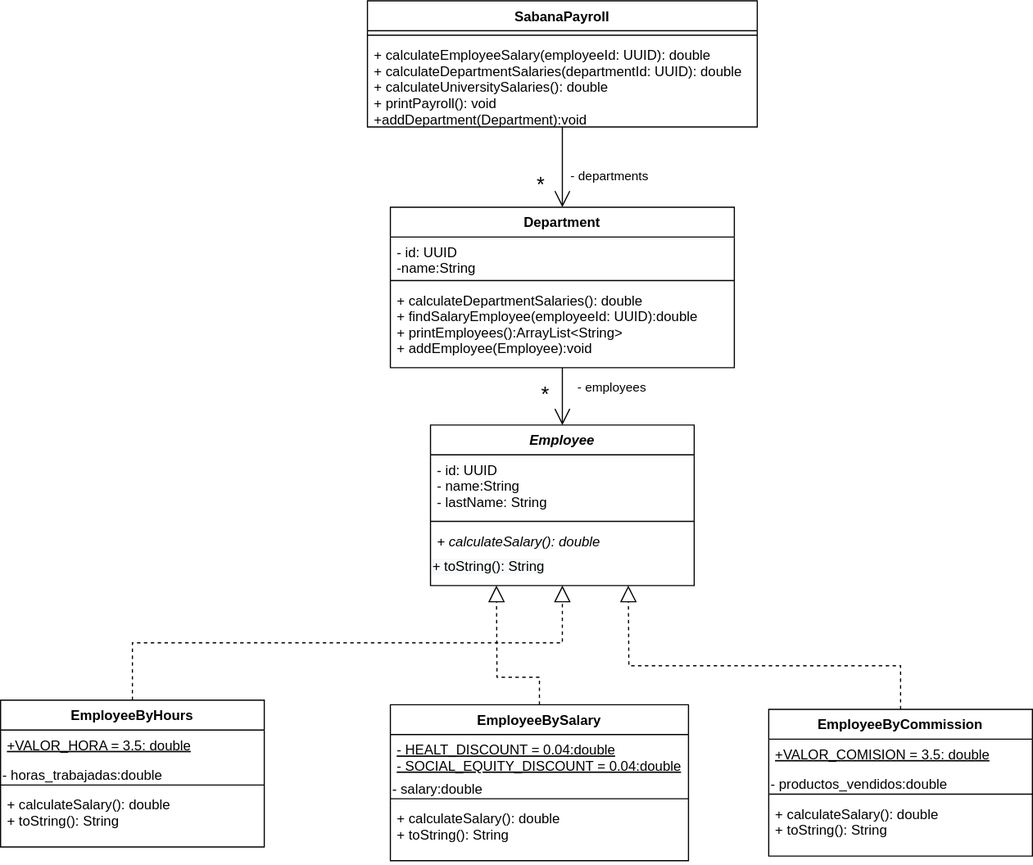
The draw.io diagram img/UMLP2.svg in Dap20040812/PRADO-VALDERRAMA-CHACHATI-SABANA-POOB-2021-1-LAB-ABSTRACT-CLASS, before a commit. Source tidied: cells renumbered, new cells last; positions are measured from the earlier drawing's top-left corner, leaving out a move shared by most shapes.
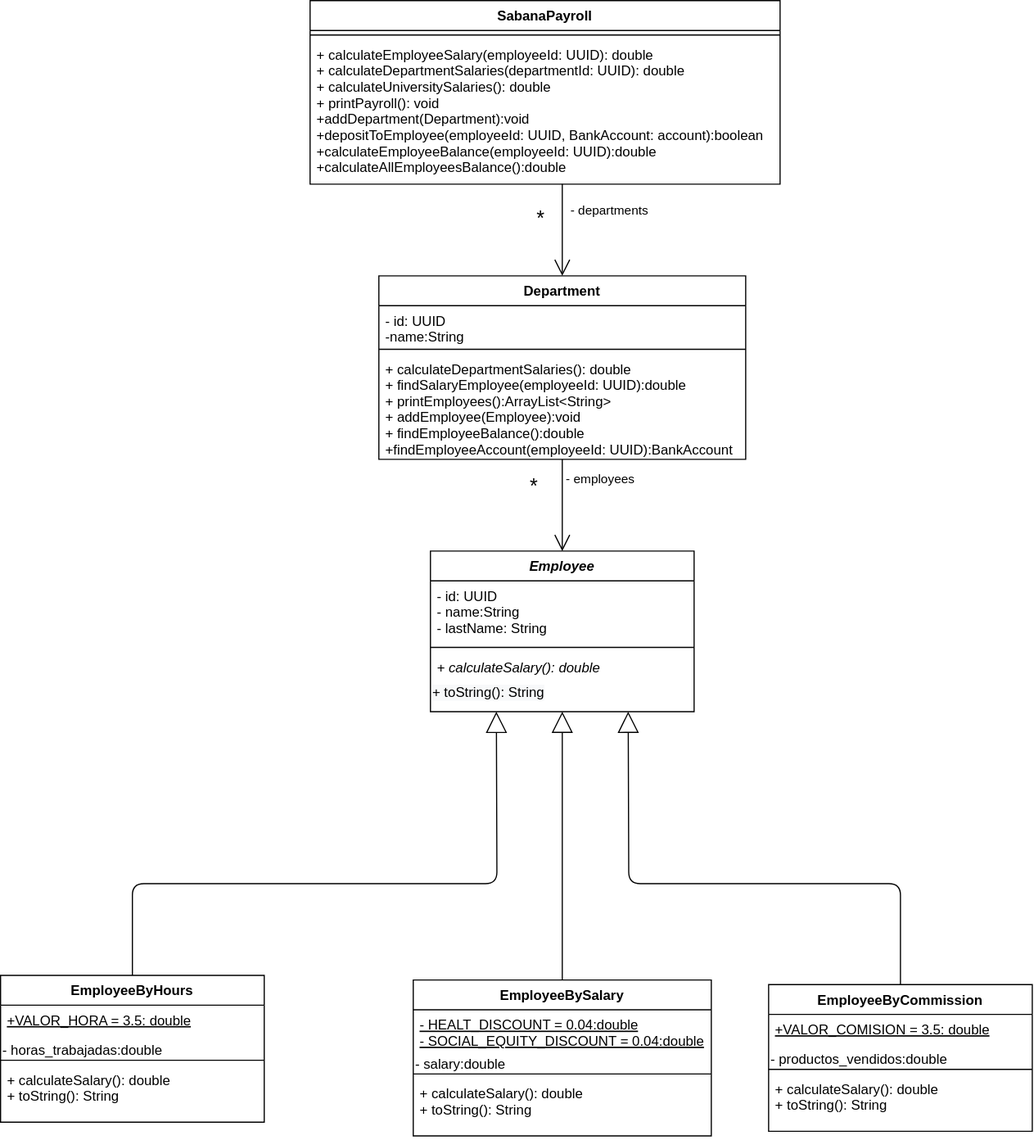
The same diagram one commit later.

Commit message:
COreccion UML parte 2 y 4

Diff of the diagram source:
```diff
@@ -3,41 +3,46 @@
     <mxCell id="0" />
     <mxCell id="1" parent="0" />
     <mxCell id="2" style="edgeStyle=orthogonalEdgeStyle;rounded=0;jettySize=auto;html=1;entryX=0.5;entryY=0;entryDx=0;entryDy=0;endArrow=open;endFill=0;endSize=12;" parent="1" edge="1" source="5" target="9">
-      <mxGeometry relative="1" as="geometry" />
+      <mxGeometry relative="1" as="geometry">
+        <Array as="points">
+          <mxPoint x="490" y="100" />
+          <mxPoint x="490" y="100" />
+        </Array>
+      </mxGeometry>
     </mxCell>
     <mxCell id="3" value="*" style="edgeLabel;html=1;align=center;verticalAlign=middle;fontSize=18;" parent="2" vertex="1">
       <mxGeometry x="-0.24" y="1" relative="1" as="geometry">
-        <mxPoint x="-21" y="23" as="offset" />
+        <mxPoint x="-21" y="-1" as="offset" />
       </mxGeometry>
     </mxCell>
     <mxCell id="4" value="&lt;font style=&quot;font-size: 11px&quot;&gt;- departments&lt;/font&gt;" style="edgeLabel;html=1;align=center;verticalAlign=middle;fontSize=18;" parent="2" vertex="1">
       <mxGeometry x="-0.37" y="1" relative="1" as="geometry">
-        <mxPoint x="39" y="18" as="offset" />
+        <mxPoint x="39" y="-5" as="offset" />
       </mxGeometry>
     </mxCell>
     <mxCell id="5" value="SabanaPayroll" style="swimlane;fontStyle=1;align=center;verticalAlign=top;horizontal=1;startSize=26;" parent="1" vertex="1">
-      <mxGeometry x="320" width="340" height="110" as="geometry" />
+      <mxGeometry x="270" y="-110" width="410" height="160" as="geometry" />
     </mxCell>
     <mxCell id="6" style="line;strokeWidth=1;fillColor=none;align=left;verticalAlign=middle;spacingTop=-1;spacingLeft=3;spacingRight=3;labelPosition=right;" parent="5" vertex="1">
-      <mxGeometry y="26" width="340" height="8" as="geometry" />
+      <mxGeometry y="26" width="410" height="8" as="geometry" />
     </mxCell>
-    <mxCell id="7" value="+ calculateEmployeeSalary(employeeId: UUID): double&#10;+ calculateDepartmentSalaries(departmentId: UUID): double&#10;+ calculateUniversitySalaries(): double&#10;+ printPayroll(): void&#10;+addDepartment(Department):void" style="text;strokeColor=none;fillColor=none;align=left;verticalAlign=top;spacingLeft=4;spacingRight=4;overflow=hidden;" parent="5" vertex="1">
-      <mxGeometry y="34" width="340" height="76" as="geometry" />
+    <mxCell id="7" value="+ calculateEmployeeSalary(employeeId: UUID): double&#10;+ calculateDepartmentSalaries(departmentId: UUID): double&#10;+ calculateUniversitySalaries(): double&#10;+ printPayroll(): void&#10;+addDepartment(Department):void&#10;+depositToEmployee(employeeId: UUID, BankAccount: account):boolean&#10;+calculateEmployeeBalance(employeeId: UUID):double&#10;+calculateAllEmployeesBalance():double" style="text;strokeColor=none;fillColor=none;align=left;verticalAlign=top;spacingLeft=4;spacingRight=4;overflow=hidden;" parent="5" vertex="1">
+      <mxGeometry y="34" width="410" height="126" as="geometry" />
     </mxCell>
     <mxCell id="8" style="edgeStyle=orthogonalEdgeStyle;rounded=0;jettySize=auto;html=1;entryX=0.5;entryY=0;entryDx=0;entryDy=0;endArrow=open;endFill=0;endSize=12;" parent="1" edge="1" source="9" target="13">
       <mxGeometry relative="1" as="geometry" />
     </mxCell>
     <mxCell id="9" value="Department" style="swimlane;fontStyle=1;align=center;verticalAlign=top;horizontal=1;startSize=26;" parent="1" vertex="1">
-      <mxGeometry x="340" y="180" width="300" height="140" as="geometry" />
+      <mxGeometry x="330" y="130" width="320" height="160" as="geometry" />
     </mxCell>
     <mxCell id="10" value="- id: UUID&#10;-name:String" style="text;strokeColor=none;fillColor=none;align=left;verticalAlign=top;spacingLeft=4;spacingRight=4;overflow=hidden;" parent="9" vertex="1">
-      <mxGeometry y="26" width="300" height="34" as="geometry" />
+      <mxGeometry y="26" width="320" height="34" as="geometry" />
     </mxCell>
     <mxCell id="11" style="line;strokeWidth=1;fillColor=none;align=left;verticalAlign=middle;spacingTop=-1;spacingLeft=3;spacingRight=3;labelPosition=right;" parent="9" vertex="1">
-      <mxGeometry y="60" width="300" height="8" as="geometry" />
+      <mxGeometry y="60" width="320" height="8" as="geometry" />
     </mxCell>
-    <mxCell id="12" value="+ calculateDepartmentSalaries(): double&#10;+ findSalaryEmployee(employeeId: UUID):double&#10;+ printEmployees():ArrayList&lt;String&gt;&#10;+ addEmployee(Employee):void" style="text;strokeColor=none;fillColor=none;align=left;verticalAlign=top;spacingLeft=4;spacingRight=4;overflow=hidden;" parent="9" vertex="1">
-      <mxGeometry y="68" width="300" height="72" as="geometry" />
+    <mxCell id="12" value="+ calculateDepartmentSalaries(): double&#10;+ findSalaryEmployee(employeeId: UUID):double&#10;+ printEmployees():ArrayList&lt;String&gt;&#10;+ addEmployee(Employee):void&#10;+ findEmployeeBalance():double&#10;+findEmployeeAccount(employeeId: UUID):BankAccount&#10;" style="text;strokeColor=none;fillColor=none;align=left;verticalAlign=top;spacingLeft=4;spacingRight=4;overflow=hidden;" parent="9" vertex="1">
+      <mxGeometry y="68" width="320" height="92" as="geometry" />
     </mxCell>
     <mxCell id="13" value="Employee" style="swimlane;fontStyle=3;align=center;verticalAlign=top;horizontal=1;startSize=26;" parent="1" vertex="1">
       <mxGeometry x="375" y="370" width="230" height="140" as="geometry" />
@@ -55,17 +60,17 @@
       <mxGeometry y="110" width="230" height="30" as="geometry" />
     </mxCell>
     <mxCell id="18" value="&lt;font style=&quot;font-size: 11px&quot;&gt;- employees&lt;/font&gt;" style="edgeLabel;html=1;align=center;verticalAlign=middle;fontSize=18;" parent="1" vertex="1">
-      <mxGeometry x="540" y="200" as="geometry">
+      <mxGeometry x="530" y="170" as="geometry">
         <mxPoint x="-8" y="134" as="offset" />
       </mxGeometry>
     </mxCell>
     <mxCell id="19" value="*" style="edgeLabel;html=1;align=center;verticalAlign=middle;fontSize=18;" parent="1" vertex="1">
-      <mxGeometry x="490" y="180" as="geometry">
+      <mxGeometry x="480" y="150" as="geometry">
         <mxPoint x="-16" y="163" as="offset" />
       </mxGeometry>
     </mxCell>
     <mxCell id="20" value="EmployeeByHours" style="swimlane;fontStyle=1;align=center;verticalAlign=top;horizontal=1;startSize=26;" parent="1" vertex="1">
-      <mxGeometry y="610" width="230" height="128" as="geometry" />
+      <mxGeometry y="740" width="230" height="128" as="geometry" />
     </mxCell>
     <mxCell id="21" value="+VALOR_HORA = 3.5: double&#10;" style="text;strokeColor=none;fillColor=none;align=left;verticalAlign=top;spacingLeft=4;spacingRight=4;overflow=hidden;fontStyle=4;" parent="20" vertex="1">
       <mxGeometry y="26" width="230" height="26" as="geometry" />
@@ -80,7 +85,7 @@
       <mxGeometry y="78" width="230" height="50" as="geometry" />
     </mxCell>
     <mxCell id="25" value="EmployeeBySalary" style="swimlane;fontStyle=1;align=center;verticalAlign=top;horizontal=1;startSize=26;" parent="1" vertex="1">
-      <mxGeometry x="340" y="614" width="260" height="136" as="geometry" />
+      <mxGeometry x="360" y="744" width="260" height="136" as="geometry" />
     </mxCell>
     <mxCell id="26" value="- HEALT_DISCOUNT = 0.04:double&#10;- SOCIAL_EQUITY_DISCOUNT = 0.04:double" style="text;strokeColor=none;fillColor=none;align=left;verticalAlign=top;spacingLeft=4;spacingRight=4;overflow=hidden;fontStyle=4;" parent="25" vertex="1">
       <mxGeometry y="26" width="260" height="34" as="geometry" />
@@ -95,7 +100,7 @@
       <mxGeometry y="86" width="260" height="50" as="geometry" />
     </mxCell>
     <mxCell id="30" value="EmployeeByCommission" style="swimlane;fontStyle=1;align=center;verticalAlign=top;horizontal=1;startSize=26;" parent="1" vertex="1">
-      <mxGeometry x="670" y="618" width="230" height="128" as="geometry" />
+      <mxGeometry x="670" y="748" width="230" height="128" as="geometry" />
     </mxCell>
     <mxCell id="31" value="+VALOR_COMISION = 3.5: double&#10;" style="text;strokeColor=none;fillColor=none;align=left;verticalAlign=top;spacingLeft=4;spacingRight=4;overflow=hidden;fontStyle=4;" parent="30" vertex="1">
       <mxGeometry y="26" width="230" height="26" as="geometry" />
@@ -109,29 +114,24 @@
     <mxCell id="34" value="+ calculateSalary(): double&#10;+ toString(): String" style="text;strokeColor=none;fillColor=none;align=left;verticalAlign=top;spacingLeft=4;spacingRight=4;overflow=hidden;" parent="30" vertex="1">
       <mxGeometry y="78" width="230" height="50" as="geometry" />
     </mxCell>
+    <mxCell id="37" style="endArrow=block;endSize=16;endFill=0;html=1;exitX=0.5;exitY=0;exitDx=0;exitDy=0;entryX=0.5;entryY=1;entryDx=0;entryDy=0;" parent="1" edge="1" source="25" target="17">
+      <mxGeometry relative="1" as="geometry" />
+    </mxCell>
+    <mxCell id="36" style="endArrow=block;endSize=16;endFill=0;html=1;entryX=0.75;entryY=1;entryDx=0;entryDy=0;exitX=0.5;exitY=0;exitDx=0;exitDy=0;" parent="1" edge="1" source="30" target="17">
+      <mxGeometry relative="1" as="geometry">
+        <Array as="points">
+          <mxPoint x="785" y="660" />
+          <mxPoint x="548" y="660" />
+        </Array>
+      </mxGeometry>
+    </mxCell>
-    <mxCell id="35" style="endArrow=block;dashed=1;endFill=0;endSize=12;html=1;exitX=0.5;exitY=0;exitDx=0;exitDy=0;entryX=0.5;entryY=1;entryDx=0;entryDy=0;rounded=0;" parent="1" edge="1" source="20" target="17">
+    <mxCell id="35" style="endArrow=block;endSize=16;endFill=0;html=1;exitX=0.5;exitY=0;exitDx=0;exitDy=0;entryX=0.25;entryY=1;entryDx=0;entryDy=0;" parent="1" edge="1" source="20" target="17">
       <mxGeometry relative="1" as="geometry">
         <Array as="points">
-          <mxPoint x="115" y="560" />
-          <mxPoint x="490" y="560" />
+          <mxPoint x="115" y="660" />
+          <mxPoint x="433" y="660" />
         </Array>
       </mxGeometry>
     </mxCell>
-    <mxCell id="36" style="endArrow=block;dashed=1;endFill=0;endSize=12;html=1;exitX=0.5;exitY=0;exitDx=0;exitDy=0;entryX=0.75;entryY=1;entryDx=0;entryDy=0;rounded=0;" parent="1" edge="1" source="30" target="17">
-      <mxGeometry relative="1" as="geometry">
-        <Array as="points">
-          <mxPoint x="785" y="580" />
-          <mxPoint x="548" y="580" />
-        </Array>
-      </mxGeometry>
-    </mxCell>
-    <mxCell id="37" style="endArrow=block;dashed=1;endFill=0;endSize=12;html=1;exitX=0.5;exitY=0;exitDx=0;exitDy=0;entryX=0.25;entryY=1;entryDx=0;entryDy=0;rounded=0;" parent="1" edge="1" source="25" target="17">
-      <mxGeometry relative="1" as="geometry">
-        <Array as="points">
-          <mxPoint x="470" y="590" />
-          <mxPoint x="433" y="590" />
-        </Array>
-      </mxGeometry>
-    </mxCell>
   </root>
 </mxGraphModel>
```
